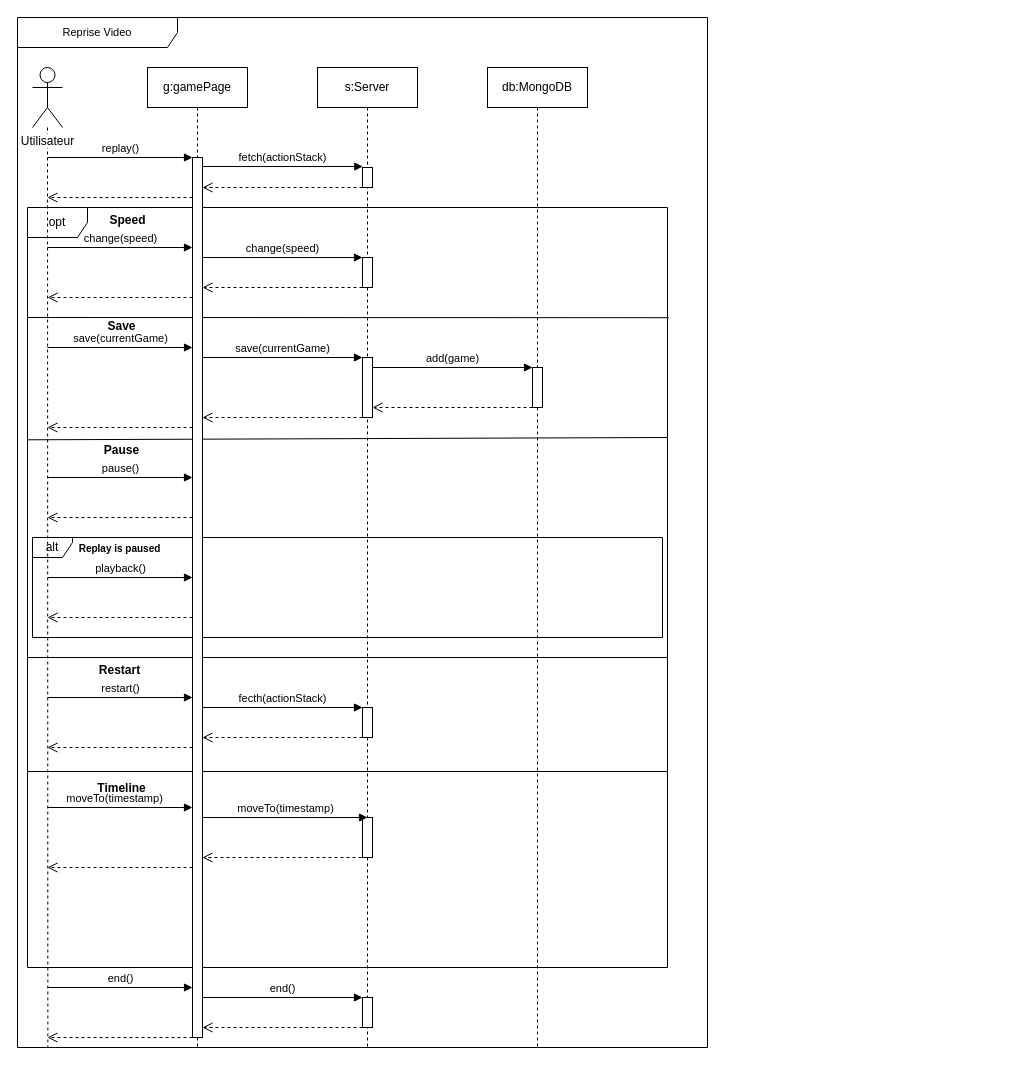
The draw.io diagram page "diagramme_seq_reprise_video" (4 of 10) of doc/diagrammes.drawio in margielamob/Cherches-Trouves-Gagnes, before the edit. Source tidied: cells renumbered, new cells numbered last; positions are measured from the earlier drawing's top-left corner, leaving out a move shared by most shapes. Both pictures are drawn from the tidied source at 100%, with x=0, y=0 at pixel (17, 17).
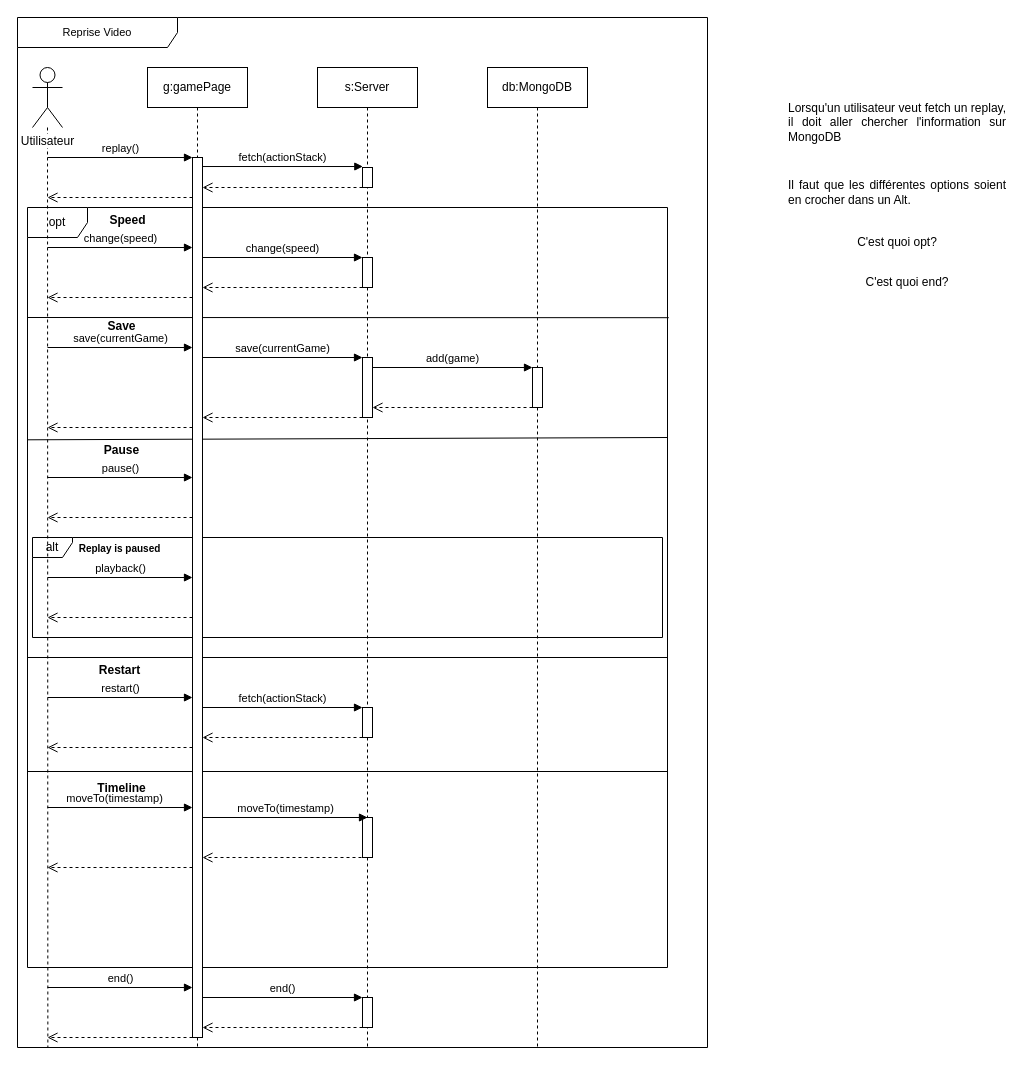
The same diagram, later.

Unchanged cells that the change refers to:
```xml
<mxCell id="2" value="Reprise Video" style="shape=umlFrame;whiteSpace=wrap;html=1;width=160;fontSize=11;" parent="1" vertex="1">
  <mxGeometry width="690" height="1030" as="geometry" />
</mxCell>
```

Diff of the diagram source:
```diff
@@
-    <mxCell id="46" value="fecth(actionStack)" style="html=1;verticalAlign=bottom;endArrow=block;curved=0;rounded=0;" parent="2" edge="1">
+    <mxCell id="46" value="fetch(actionStack)" style="html=1;verticalAlign=bottom;endArrow=block;curved=0;rounded=0;" parent="2" edge="1">
       <mxGeometry relative="1" as="geometry">
         <mxPoint x="185" y="690" as="sourcePoint" />
         <mxPoint x="345" y="690" as="targetPoint" />
       </mxGeometry>
     </mxCell>
@@
+    <mxCell id="58" value="&lt;div style=&quot;text-align: justify;&quot;&gt;&lt;span style=&quot;background-color: initial;&quot;&gt;C'est quoi opt?&lt;/span&gt;&lt;/div&gt;" style="text;html=1;strokeColor=none;fillColor=none;align=center;verticalAlign=middle;whiteSpace=wrap;rounded=0;" parent="1" vertex="1">
+      <mxGeometry x="770" y="205" width="220" height="40" as="geometry" />
+    </mxCell>
+    <mxCell id="59" value="&lt;div style=&quot;text-align: justify;&quot;&gt;&lt;span style=&quot;background-color: initial;&quot;&gt;Il faut que les différentes options soient en crocher dans un Alt.&lt;/span&gt;&lt;/div&gt;" style="text;html=1;strokeColor=none;fillColor=none;align=center;verticalAlign=middle;whiteSpace=wrap;rounded=0;" parent="1" vertex="1">
+      <mxGeometry x="770" y="135" width="220" height="80" as="geometry" />
+    </mxCell>
+    <mxCell id="60" value="&lt;div style=&quot;text-align: justify;&quot;&gt;&lt;span style=&quot;background-color: initial;&quot;&gt;Lorsqu'un utilisateur veut fetch un replay, il doit aller chercher l'information sur MongoDB&lt;/span&gt;&lt;/div&gt;" style="text;html=1;strokeColor=none;fillColor=none;align=center;verticalAlign=middle;whiteSpace=wrap;rounded=0;" parent="1" vertex="1">
+      <mxGeometry x="770" y="65" width="220" height="80" as="geometry" />
+    </mxCell>
+    <mxCell id="61" value="&lt;div style=&quot;text-align: justify;&quot;&gt;&lt;span style=&quot;background-color: initial;&quot;&gt;C'est quoi end?&lt;/span&gt;&lt;/div&gt;" style="text;html=1;strokeColor=none;fillColor=none;align=center;verticalAlign=middle;whiteSpace=wrap;rounded=0;" parent="1" vertex="1">
+      <mxGeometry x="780" y="245" width="220" height="40" as="geometry" />
+    </mxCell>
```
